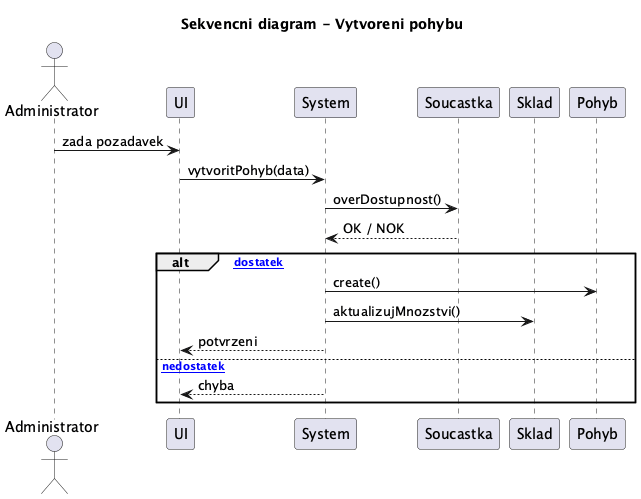
The PlantUML diagram docs/images/13_sequence_pohyb.png in lkvapil/wms-elektronicke-soucastky, before a commit.
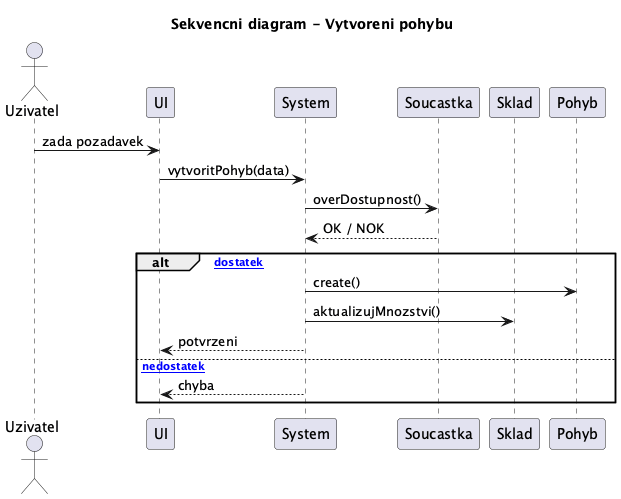
After the change.

Commit message:
refactor: Administrator prejmenovano na Uzivatel, rozsireny vztahy v class diagramu

What changed in the source:
```diff
@@ -1,14 +1,14 @@
 @startuml
 title Sekvencni diagram - Vytvoreni pohybu
 
-actor Administrator
+actor Uzivatel
 participant UI
 participant System
 participant Soucastka
 participant Sklad
 participant Pohyb
 
-Administrator -> UI : zada pozadavek
+Uzivatel -> UI : zada pozadavek
 UI -> System : vytvoritPohyb(data)
 
 System -> Soucastka : overDostupnost()
```
